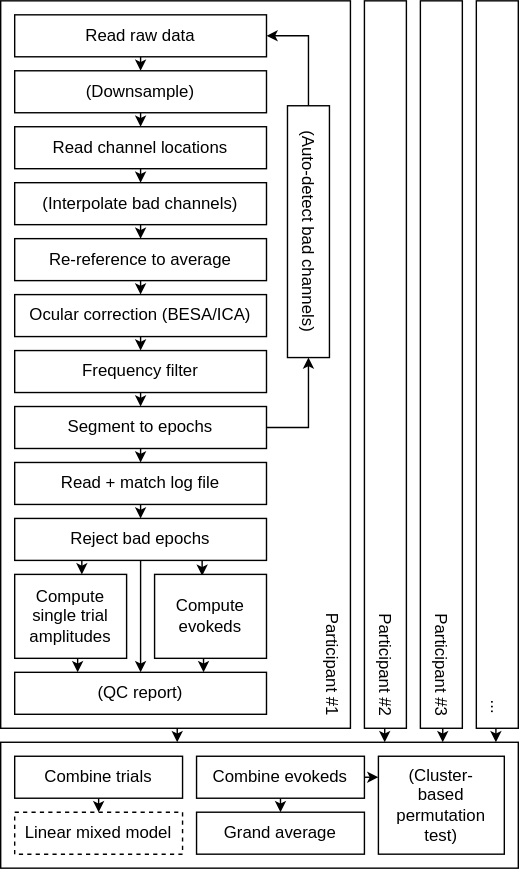
Before: doc/source/_static/flowchart.svg, a diagram exported from draw.io (alexenge/hu-neuro-pipeline). Source tidied: cells renumbered, new cells last; positions are measured from the earlier drawing's top-left corner, leaving out a move shared by most shapes.
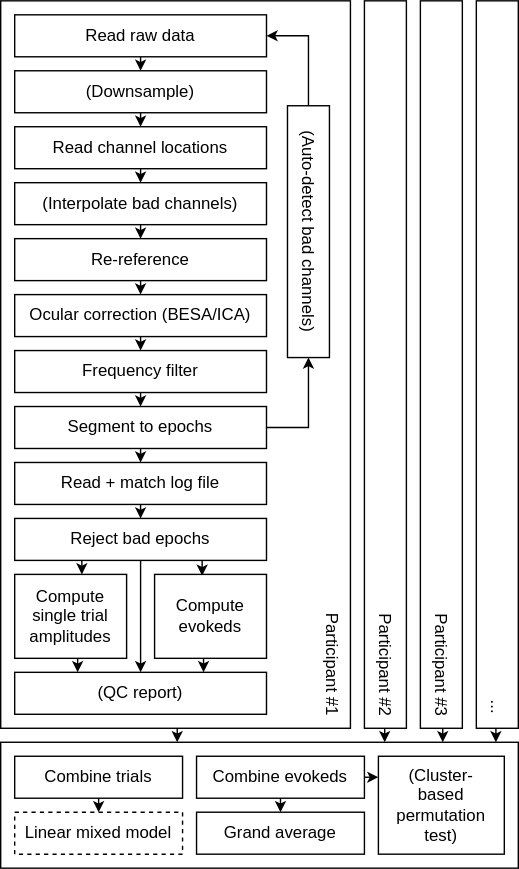
Above is the later version.

The edit, as a diff of the source:
```diff
@@ -35,7 +35,7 @@
     <mxCell id="12" style="edgeStyle=orthogonalEdgeStyle;rounded=0;jettySize=auto;html=1;exitX=0.5;exitY=1;exitDx=0;exitDy=0;entryX=0.5;entryY=0;entryDx=0;entryDy=0;endSize=5;" parent="1" edge="1" source="13" target="15">
       <mxGeometry relative="1" as="geometry" />
     </mxCell>
-    <mxCell id="13" value="Re-reference to average" style="rounded=0;whiteSpace=wrap;html=1;" parent="1" vertex="1">
+    <mxCell id="13" value="Re-reference" style="rounded=0;whiteSpace=wrap;html=1;" parent="1" vertex="1">
       <mxGeometry x="10" y="170" width="180" height="30" as="geometry" />
     </mxCell>
     <mxCell id="14" style="edgeStyle=orthogonalEdgeStyle;rounded=0;jettySize=auto;html=1;exitX=0.5;exitY=1;exitDx=0;exitDy=0;entryX=0.5;entryY=0;entryDx=0;entryDy=0;endSize=5;" parent="1" edge="1" source="15" target="17">
```
